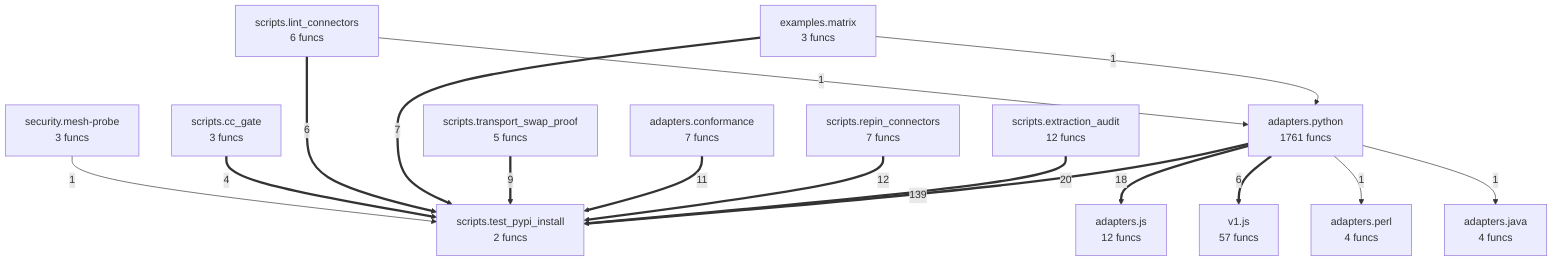
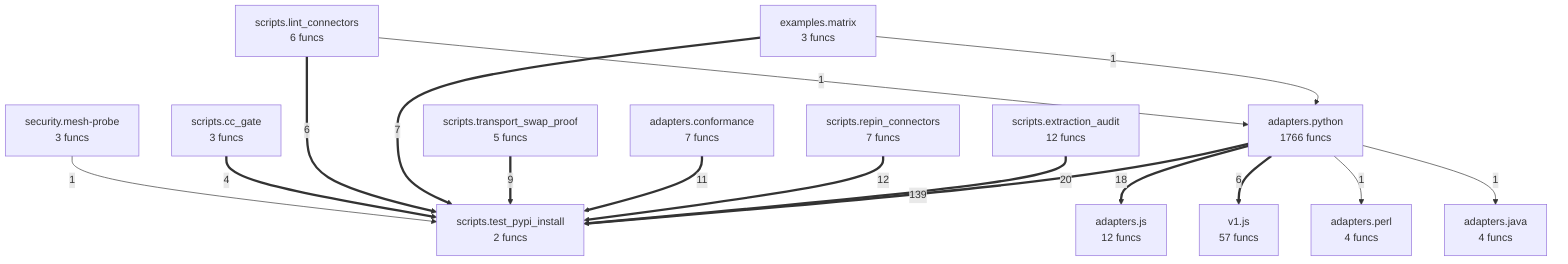
flowchart TD
%% generated in 0.04s
    adapters__conformance["adapters.conformance<br/>7 funcs"]
    adapters__java["adapters.java<br/>4 funcs"]
    adapters__js["adapters.js<br/>12 funcs"]
    adapters__perl["adapters.perl<br/>4 funcs"]
-     adapters__python["adapters.python<br/>1761 funcs"]
+     adapters__python["adapters.python<br/>1766 funcs"]
    examples__matrix["examples.matrix<br/>3 funcs"]
    scripts__cc_gate["scripts.cc_gate<br/>3 funcs"]
    scripts__extraction_audit["scripts.extraction_audit<br/>12 funcs"]
    scripts__lint_connectors["scripts.lint_connectors<br/>6 funcs"]
    scripts__repin_connectors["scripts.repin_connectors<br/>7 funcs"]
    scripts__test_pypi_install["scripts.test_pypi_install<br/>2 funcs"]
    scripts__transport_swap_proof["scripts.transport_swap_proof<br/>5 funcs"]
    security__mesh_probe["security.mesh-probe<br/>3 funcs"]
    v1__js["v1.js<br/>57 funcs"]
    adapters__python ==>|139| scripts__test_pypi_install
    scripts__extraction_audit ==>|20| scripts__test_pypi_install
    adapters__python ==>|18| adapters__js
    scripts__repin_connectors ==>|12| scripts__test_pypi_install
    adapters__conformance ==>|11| scripts__test_pypi_install
    scripts__transport_swap_proof ==>|9| scripts__test_pypi_install
    examples__matrix ==>|7| scripts__test_pypi_install
    scripts__lint_connectors ==>|6| scripts__test_pypi_install
    adapters__python ==>|6| v1__js
    scripts__cc_gate ==>|4| scripts__test_pypi_install
    security__mesh_probe -->|1| scripts__test_pypi_install
    examples__matrix -->|1| adapters__python
    scripts__lint_connectors -->|1| adapters__python
    adapters__python -->|1| adapters__perl
    adapters__python -->|1| adapters__java
